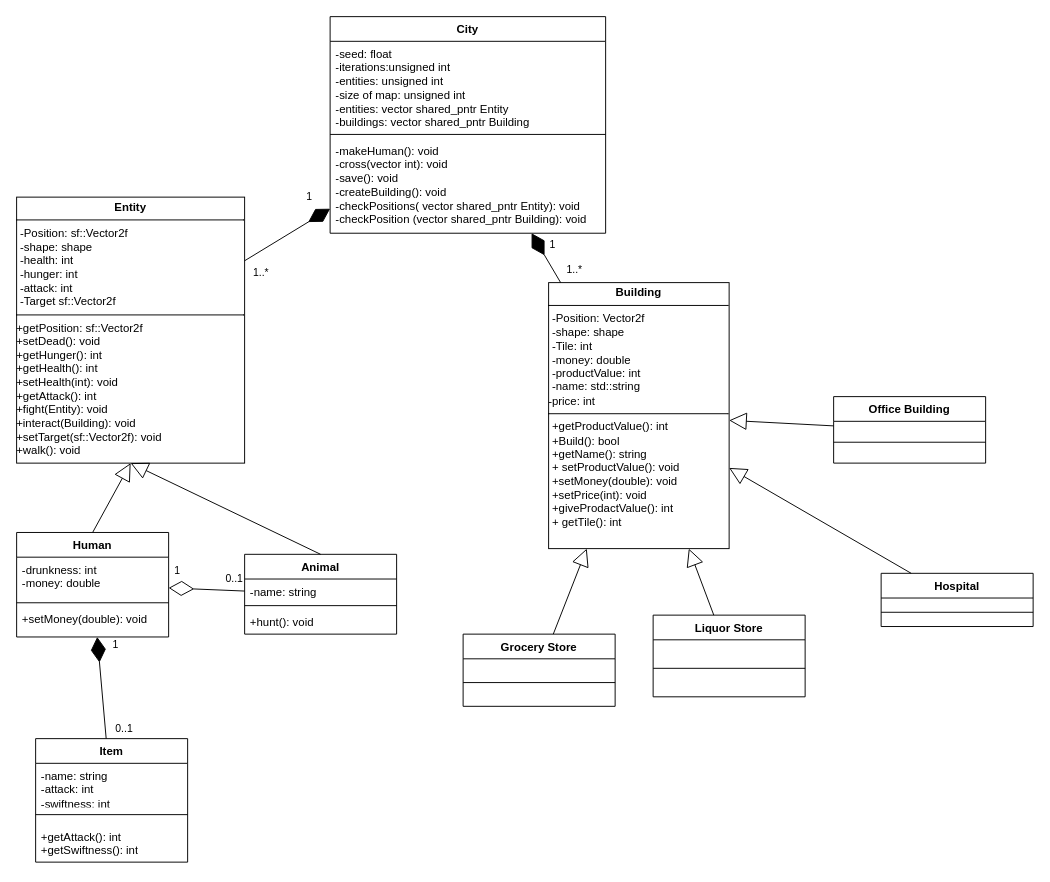
Earlier version of the draw.io diagram drawio/Diagram bez tytułu.drawio (KacKep/city_simulator). Source tidied: cells renumbered, new cells numbered last; positions are measured from the earlier drawing's top-left corner, leaving out a move shared by most shapes. Both pictures are drawn from the tidied source at 95%, with x=0, y=0 at pixel (16, 16).
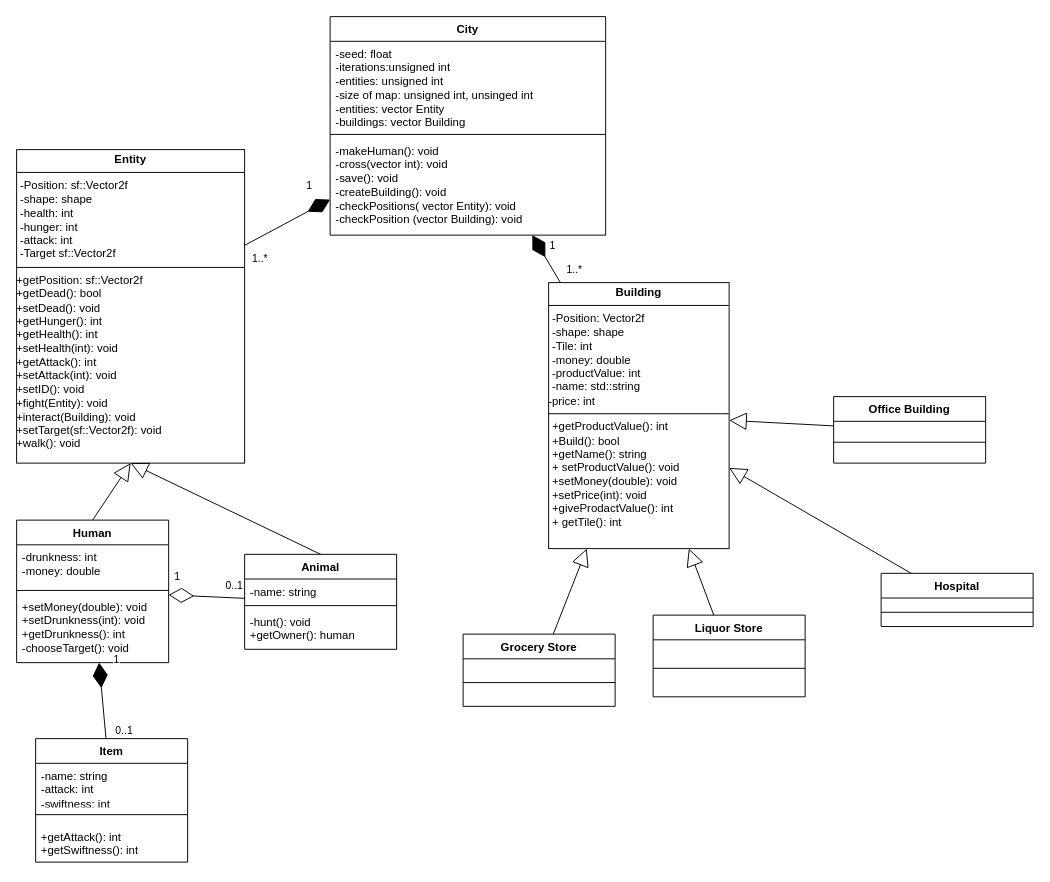
The same diagram, later.

The edit, as a diff of the source:
```diff
@@
     <mxCell id="2" value="City" style="swimlane;fontStyle=1;align=center;verticalAlign=top;horizontal=1;startSize=26;whiteSpace=wrap;html=1;" parent="1" vertex="1">
-      <mxGeometry x="330" width="290" height="228" as="geometry" />
+      <mxGeometry x="330" width="290" height="230" as="geometry" />
     </mxCell>
-    <mxCell id="3" value="&lt;div&gt;-seed: float&lt;/div&gt;&lt;div&gt;-iterations:&lt;span class=&quot;html-span xdj266r x11i5rnm xat24cr x1mh8g0r xexx8yu x4uap5 x18d9i69 xkhd6sd x1hl2dhg x16tdsg8 x1vvkbs x4k7w5x x1h91t0o x1h9r5lt x1jfb8zj xv2umb2 x1beo9mf xaigb6o x12ejxvf x3igimt xarpa2k xedcshv x1lytzrv x1t2pt76 x7ja8zs x1qrby5j&quot;&gt;&lt;span dir=&quot;auto&quot; style=&quot;----base-line-clamp-line-height: 19.9995px; --lineHeight: 19.9995px;&quot; class=&quot;x1lliihq x1plvlek xryxfnj x1n2onr6 x1ji0vk5 x18bv5gf x193iq5w xeuugli x13faqbe x1vvkbs x1s928wv xhkezso x1gmr53x x1cpjm7i x1fgarty x1943h6x x1xmvt09 x6prxxf x1fcty0u xw2npq5 xudqn12 x3x7a5m xq9mrsl&quot;&gt;unsigned int&lt;/span&gt;&lt;/span&gt;&lt;/div&gt;&lt;div&gt;-entities: &lt;span class=&quot;html-span xdj266r x11i5rnm xat24cr x1mh8g0r xexx8yu x4uap5 x18d9i69 xkhd6sd x1hl2dhg x16tdsg8 x1vvkbs x4k7w5x x1h91t0o x1h9r5lt x1jfb8zj xv2umb2 x1beo9mf xaigb6o x12ejxvf x3igimt xarpa2k xedcshv x1lytzrv x1t2pt76 x7ja8zs x1qrby5j&quot;&gt;&lt;span dir=&quot;auto&quot; style=&quot;----base-line-clamp-line-height: 19.9995px; --lineHeight: 19.9995px;&quot; class=&quot;x1lliihq x1plvlek xryxfnj x1n2onr6 x1ji0vk5 x18bv5gf x193iq5w xeuugli x13faqbe x1vvkbs x1s928wv xhkezso x1gmr53x x1cpjm7i x1fgarty x1943h6x x1xmvt09 x6prxxf x1fcty0u xw2npq5 xudqn12 x3x7a5m xq9mrsl&quot;&gt;unsigned int&lt;/span&gt;&lt;/span&gt;&lt;/div&gt;&lt;div&gt;-size of map: &lt;span class=&quot;html-span xdj266r x11i5rnm xat24cr x1mh8g0r xexx8yu x4uap5 x18d9i69 xkhd6sd x1hl2dhg x16tdsg8 x1vvkbs x4k7w5x x1h91t0o x1h9r5lt x1jfb8zj xv2umb2 x1beo9mf xaigb6o x12ejxvf x3igimt xarpa2k xedcshv x1lytzrv x1t2pt76 x7ja8zs x1qrby5j&quot;&gt;&lt;span dir=&quot;auto&quot; style=&quot;----base-line-clamp-line-height: 19.9995px; --lineHeight: 19.9995px;&quot; class=&quot;x1lliihq x1plvlek xryxfnj x1n2onr6 x1ji0vk5 x18bv5gf x193iq5w xeuugli x13faqbe x1vvkbs x1s928wv xhkezso x1gmr53x x1cpjm7i x1fgarty x1943h6x x1xmvt09 x6prxxf x1fcty0u xw2npq5 xudqn12 x3x7a5m xq9mrsl&quot;&gt;unsigned int&lt;/span&gt;&lt;/span&gt;&lt;/div&gt;&lt;div&gt;-entities: vector shared_pntr Entity&lt;/div&gt;&lt;div&gt;-buildings: vector shared_pntr Building&lt;/div&gt;&lt;div&gt;&lt;br&gt;&lt;/div&gt;&lt;div&gt;&lt;br&gt;&lt;/div&gt;" style="text;strokeColor=none;fillColor=none;align=left;verticalAlign=top;spacingLeft=4;spacingRight=4;overflow=hidden;whiteSpace=wrap;html=1;" parent="2" vertex="1">
+    <mxCell id="3" value="&lt;div&gt;-seed: float&lt;/div&gt;&lt;div&gt;-iterations:&lt;span class=&quot;html-span xdj266r x11i5rnm xat24cr x1mh8g0r xexx8yu x4uap5 x18d9i69 xkhd6sd x1hl2dhg x16tdsg8 x1vvkbs x4k7w5x x1h91t0o x1h9r5lt x1jfb8zj xv2umb2 x1beo9mf xaigb6o x12ejxvf x3igimt xarpa2k xedcshv x1lytzrv x1t2pt76 x7ja8zs x1qrby5j&quot;&gt;&lt;span dir=&quot;auto&quot; style=&quot;----base-line-clamp-line-height: 19.9995px; --lineHeight: 19.9995px;&quot; class=&quot;x1lliihq x1plvlek xryxfnj x1n2onr6 x1ji0vk5 x18bv5gf x193iq5w xeuugli x13faqbe x1vvkbs x1s928wv xhkezso x1gmr53x x1cpjm7i x1fgarty x1943h6x x1xmvt09 x6prxxf x1fcty0u xw2npq5 xudqn12 x3x7a5m xq9mrsl&quot;&gt;unsigned int&lt;/span&gt;&lt;/span&gt;&lt;/div&gt;&lt;div&gt;-entities: &lt;span class=&quot;html-span xdj266r x11i5rnm xat24cr x1mh8g0r xexx8yu x4uap5 x18d9i69 xkhd6sd x1hl2dhg x16tdsg8 x1vvkbs x4k7w5x x1h91t0o x1h9r5lt x1jfb8zj xv2umb2 x1beo9mf xaigb6o x12ejxvf x3igimt xarpa2k xedcshv x1lytzrv x1t2pt76 x7ja8zs x1qrby5j&quot;&gt;&lt;span dir=&quot;auto&quot; style=&quot;----base-line-clamp-line-height: 19.9995px; --lineHeight: 19.9995px;&quot; class=&quot;x1lliihq x1plvlek xryxfnj x1n2onr6 x1ji0vk5 x18bv5gf x193iq5w xeuugli x13faqbe x1vvkbs x1s928wv xhkezso x1gmr53x x1cpjm7i x1fgarty x1943h6x x1xmvt09 x6prxxf x1fcty0u xw2npq5 xudqn12 x3x7a5m xq9mrsl&quot;&gt;unsigned int&lt;/span&gt;&lt;/span&gt;&lt;/div&gt;&lt;div&gt;-size of map: &lt;span class=&quot;html-span xdj266r x11i5rnm xat24cr x1mh8g0r xexx8yu x4uap5 x18d9i69 xkhd6sd x1hl2dhg x16tdsg8 x1vvkbs x4k7w5x x1h91t0o x1h9r5lt x1jfb8zj xv2umb2 x1beo9mf xaigb6o x12ejxvf x3igimt xarpa2k xedcshv x1lytzrv x1t2pt76 x7ja8zs x1qrby5j&quot;&gt;&lt;span dir=&quot;auto&quot; style=&quot;----base-line-clamp-line-height: 19.9995px; --lineHeight: 19.9995px;&quot; class=&quot;x1lliihq x1plvlek xryxfnj x1n2onr6 x1ji0vk5 x18bv5gf x193iq5w xeuugli x13faqbe x1vvkbs x1s928wv xhkezso x1gmr53x x1cpjm7i x1fgarty x1943h6x x1xmvt09 x6prxxf x1fcty0u xw2npq5 xudqn12 x3x7a5m xq9mrsl&quot;&gt;unsigned int, unsinged int&lt;/span&gt;&lt;/span&gt;&lt;/div&gt;&lt;div&gt;-entities: vector Entity&lt;/div&gt;&lt;div&gt;-buildings: vector Building&lt;/div&gt;&lt;div&gt;&lt;br&gt;&lt;/div&gt;&lt;div&gt;&lt;br&gt;&lt;/div&gt;" style="text;strokeColor=none;fillColor=none;align=left;verticalAlign=top;spacingLeft=4;spacingRight=4;overflow=hidden;whiteSpace=wrap;html=1;" parent="2" vertex="1">
       <mxGeometry y="26" width="290" height="94" as="geometry" />
     </mxCell>
@@
-    <mxCell id="5" value="&lt;div&gt;-makeHuman(): void&lt;/div&gt;&lt;div&gt;-cross(vector int): void&lt;/div&gt;&lt;div&gt;-&lt;span class=&quot;html-span xdj266r x11i5rnm xat24cr x1mh8g0r xexx8yu x4uap5 x18d9i69 xkhd6sd x1hl2dhg x16tdsg8 x1vvkbs x4k7w5x x1h91t0o x1h9r5lt x1jfb8zj xv2umb2 x1beo9mf xaigb6o x12ejxvf x3igimt xarpa2k xedcshv x1lytzrv x1t2pt76 x7ja8zs x1qrby5j&quot;&gt;&lt;span dir=&quot;auto&quot; style=&quot;----base-line-clamp-line-height: 19.9995px; --lineHeight: 19.9995px;&quot; class=&quot;x1lliihq x1plvlek xryxfnj x1n2onr6 x1ji0vk5 x18bv5gf x193iq5w xeuugli x13faqbe x1vvkbs x1s928wv xhkezso x1gmr53x x1cpjm7i x1fgarty x1943h6x x1xmvt09 x6prxxf x1fcty0u xnba3h0 xudqn12 x3x7a5m xq9mrsl&quot;&gt;save(): void&lt;/span&gt;&lt;/span&gt;&lt;/div&gt;&lt;div&gt;-createBuilding(): void&lt;/div&gt;&lt;div&gt;-checkPositions(&amp;nbsp;&lt;span style=&quot;background-color: transparent; color: light-dark(rgb(0, 0, 0), rgb(255, 255, 255));&quot;&gt;vector shared_pntr Entity): void&lt;br&gt;&lt;/span&gt;-checkPosition (&lt;span style=&quot;background-color: transparent; color: light-dark(rgb(0, 0, 0), rgb(255, 255, 255));&quot;&gt;vector shared_pntr Building&lt;/span&gt;&lt;span style=&quot;background-color: transparent; color: light-dark(rgb(0, 0, 0), rgb(255, 255, 255));&quot;&gt;): void&lt;/span&gt;&lt;/div&gt;" style="text;strokeColor=none;fillColor=none;align=left;verticalAlign=top;spacingLeft=4;spacingRight=4;overflow=hidden;whiteSpace=wrap;html=1;" parent="2" vertex="1">
-      <mxGeometry y="128" width="290" height="100" as="geometry" />
+    <mxCell id="5" value="&lt;div&gt;-makeHuman(): void&lt;/div&gt;&lt;div&gt;-cross(vector int): void&lt;/div&gt;&lt;div&gt;-&lt;span class=&quot;html-span xdj266r x11i5rnm xat24cr x1mh8g0r xexx8yu x4uap5 x18d9i69 xkhd6sd x1hl2dhg x16tdsg8 x1vvkbs x4k7w5x x1h91t0o x1h9r5lt x1jfb8zj xv2umb2 x1beo9mf xaigb6o x12ejxvf x3igimt xarpa2k xedcshv x1lytzrv x1t2pt76 x7ja8zs x1qrby5j&quot;&gt;&lt;span dir=&quot;auto&quot; style=&quot;----base-line-clamp-line-height: 19.9995px; --lineHeight: 19.9995px;&quot; class=&quot;x1lliihq x1plvlek xryxfnj x1n2onr6 x1ji0vk5 x18bv5gf x193iq5w xeuugli x13faqbe x1vvkbs x1s928wv xhkezso x1gmr53x x1cpjm7i x1fgarty x1943h6x x1xmvt09 x6prxxf x1fcty0u xnba3h0 xudqn12 x3x7a5m xq9mrsl&quot;&gt;save(): void&lt;/span&gt;&lt;/span&gt;&lt;/div&gt;&lt;div&gt;-createBuilding(): void&lt;/div&gt;&lt;div&gt;-checkPositions(&amp;nbsp;&lt;span style=&quot;background-color: transparent; color: light-dark(rgb(0, 0, 0), rgb(255, 255, 255));&quot;&gt;vector Entity): void&lt;br&gt;&lt;/span&gt;-checkPosition (&lt;span style=&quot;background-color: transparent; color: light-dark(rgb(0, 0, 0), rgb(255, 255, 255));&quot;&gt;vector Building&lt;/span&gt;&lt;span style=&quot;background-color: transparent; color: light-dark(rgb(0, 0, 0), rgb(255, 255, 255));&quot;&gt;): void&lt;/span&gt;&lt;/div&gt;" style="text;strokeColor=none;fillColor=none;align=left;verticalAlign=top;spacingLeft=4;spacingRight=4;overflow=hidden;whiteSpace=wrap;html=1;" parent="2" vertex="1">
+      <mxGeometry y="128" width="290" height="102" as="geometry" />
     </mxCell>
-    <mxCell id="6" value="&lt;p style=&quot;margin:0px;margin-top:4px;text-align:center;&quot;&gt;&lt;b&gt;Entity&lt;/b&gt;&lt;/p&gt;&lt;hr size=&quot;1&quot; style=&quot;border-style:solid;&quot;&gt;&lt;p style=&quot;margin: 0px 0px 0px 4px;&quot;&gt;-Position: sf::Vector2f&lt;/p&gt;&lt;p style=&quot;margin: 0px 0px 0px 4px;&quot;&gt;-shape: shape&lt;/p&gt;&lt;p style=&quot;margin:0px;margin-left:4px;&quot;&gt;&lt;span style=&quot;background-color: transparent; color: light-dark(rgb(0, 0, 0), rgb(255, 255, 255));&quot;&gt;-health: int&lt;/span&gt;&lt;/p&gt;&lt;p style=&quot;margin:0px;margin-left:4px;&quot;&gt;&lt;span style=&quot;background-color: transparent; color: light-dark(rgb(0, 0, 0), rgb(255, 255, 255));&quot;&gt;-hunger: int&lt;/span&gt;&lt;/p&gt;&lt;p style=&quot;margin:0px;margin-left:4px;&quot;&gt;-attack: int&lt;/p&gt;&lt;p style=&quot;margin:0px;margin-left:4px;&quot;&gt;-Target sf::Vector2f&lt;/p&gt;&lt;hr size=&quot;1&quot; style=&quot;border-style:solid;&quot;&gt;+getPosition&lt;span style=&quot;background-color: transparent; color: light-dark(rgb(0, 0, 0), rgb(255, 255, 255));&quot;&gt;: &lt;/span&gt;&lt;span style=&quot;background-color: transparent; color: light-dark(rgb(0, 0, 0), rgb(255, 255, 255));&quot;&gt;sf::Vector2f&lt;/span&gt;&lt;div&gt;+setDead(): void&lt;br&gt;+getHunger(): int&lt;/div&gt;&lt;div&gt;+getHealth(): int&lt;/div&gt;&lt;div&gt;+setHealth(int): void&lt;/div&gt;&lt;div&gt;+getAttack(): int&lt;/div&gt;&lt;div&gt;+fight(Entity): void&lt;br&gt;+interact(Building): void&lt;/div&gt;&lt;div&gt;+setTarget(&lt;span style=&quot;background-color: transparent; color: light-dark(rgb(0, 0, 0), rgb(255, 255, 255));&quot;&gt;&lt;/span&gt;&lt;span style=&quot;background-color: transparent; color: light-dark(rgb(0, 0, 0), rgb(255, 255, 255));&quot;&gt;sf::Vector2f&lt;/span&gt;): void&lt;/div&gt;&lt;div&gt;+walk(): void&lt;/div&gt;" style="verticalAlign=top;align=left;overflow=fill;html=1;whiteSpace=wrap;" parent="1" vertex="1">
-      <mxGeometry y="190" width="240" height="280" as="geometry" />
+    <mxCell id="6" value="&lt;p style=&quot;margin:0px;margin-top:4px;text-align:center;&quot;&gt;&lt;b&gt;Entity&lt;/b&gt;&lt;/p&gt;&lt;hr size=&quot;1&quot; style=&quot;border-style:solid;&quot;&gt;&lt;p style=&quot;margin: 0px 0px 0px 4px;&quot;&gt;-Position: sf::Vector2f&lt;/p&gt;&lt;p style=&quot;margin: 0px 0px 0px 4px;&quot;&gt;-shape: shape&lt;/p&gt;&lt;p style=&quot;margin:0px;margin-left:4px;&quot;&gt;&lt;span style=&quot;background-color: transparent; color: light-dark(rgb(0, 0, 0), rgb(255, 255, 255));&quot;&gt;-health: int&lt;/span&gt;&lt;/p&gt;&lt;p style=&quot;margin:0px;margin-left:4px;&quot;&gt;&lt;span style=&quot;background-color: transparent; color: light-dark(rgb(0, 0, 0), rgb(255, 255, 255));&quot;&gt;-hunger: int&lt;/span&gt;&lt;/p&gt;&lt;p style=&quot;margin:0px;margin-left:4px;&quot;&gt;-attack: int&lt;/p&gt;&lt;p style=&quot;margin:0px;margin-left:4px;&quot;&gt;-Target sf::Vector2f&lt;/p&gt;&lt;hr size=&quot;1&quot; style=&quot;border-style:solid;&quot;&gt;&lt;div&gt;+getPosition&lt;span style=&quot;background-color: transparent; color: light-dark(rgb(0, 0, 0), rgb(255, 255, 255));&quot;&gt;: &lt;/span&gt;&lt;span style=&quot;background-color: transparent; color: light-dark(rgb(0, 0, 0), rgb(255, 255, 255));&quot;&gt;sf::Vector2f&lt;/span&gt;&lt;/div&gt;&lt;div&gt;&lt;span style=&quot;background-color: transparent; color: light-dark(rgb(0, 0, 0), rgb(255, 255, 255));&quot;&gt;+getDead(): bool&lt;/span&gt;&lt;/div&gt;&lt;div&gt;+setDead(): void&lt;br&gt;+getHunger(): int&lt;/div&gt;&lt;div&gt;+getHealth(): int&lt;/div&gt;&lt;div&gt;+setHealth(int): void&lt;/div&gt;&lt;div&gt;+getAttack(): int&lt;/div&gt;&lt;div&gt;+setAttack(int): void&lt;/div&gt;&lt;div&gt;+setID(): void&lt;/div&gt;&lt;div&gt;+fight(Entity): void&lt;br&gt;+interact(Building): void&lt;/div&gt;&lt;div&gt;+setTarget(&lt;span style=&quot;background-color: transparent; color: light-dark(rgb(0, 0, 0), rgb(255, 255, 255));&quot;&gt;&lt;/span&gt;&lt;span style=&quot;background-color: transparent; color: light-dark(rgb(0, 0, 0), rgb(255, 255, 255));&quot;&gt;sf::Vector2f&lt;/span&gt;): void&lt;/div&gt;&lt;div&gt;+walk(): void&lt;/div&gt;" style="verticalAlign=top;align=left;overflow=fill;html=1;whiteSpace=wrap;" parent="1" vertex="1">
+      <mxGeometry y="140" width="240" height="330" as="geometry" />
     </mxCell>
@@
     <mxCell id="8" value="Human" style="swimlane;fontStyle=1;align=center;verticalAlign=top;horizontal=1;startSize=26;whiteSpace=wrap;html=1;" parent="1" vertex="1">
-      <mxGeometry y="543" width="160" height="110" as="geometry" />
+      <mxGeometry y="530" width="160" height="150" as="geometry" />
     </mxCell>
@@
-    <mxCell id="11" value="&lt;div&gt;&lt;span style=&quot;background-color: transparent; color: light-dark(rgb(0, 0, 0), rgb(255, 255, 255));&quot;&gt;+setMoney(double): void&lt;/span&gt;&lt;/div&gt;" style="text;strokeColor=none;fillColor=none;align=left;verticalAlign=top;spacingLeft=4;spacingRight=4;overflow=hidden;whiteSpace=wrap;html=1;" parent="8" vertex="1">
-      <mxGeometry y="78" width="160" height="32" as="geometry" />
+    <mxCell id="11" value="&lt;div&gt;&lt;span style=&quot;background-color: transparent; color: light-dark(rgb(0, 0, 0), rgb(255, 255, 255));&quot;&gt;+setMoney(double): void&lt;/span&gt;&lt;/div&gt;&lt;div&gt;&lt;span style=&quot;background-color: transparent; color: light-dark(rgb(0, 0, 0), rgb(255, 255, 255));&quot;&gt;+setDrunkness(int): void&lt;/span&gt;&lt;/div&gt;&lt;div&gt;&lt;span style=&quot;background-color: transparent; color: light-dark(rgb(0, 0, 0), rgb(255, 255, 255));&quot;&gt;+getDrunkness(): int&lt;/span&gt;&lt;/div&gt;&lt;div&gt;&lt;span style=&quot;background-color: transparent; color: light-dark(rgb(0, 0, 0), rgb(255, 255, 255));&quot;&gt;-chooseTarget(): void&lt;/span&gt;&lt;/div&gt;" style="text;strokeColor=none;fillColor=none;align=left;verticalAlign=top;spacingLeft=4;spacingRight=4;overflow=hidden;whiteSpace=wrap;html=1;" parent="8" vertex="1">
+      <mxGeometry y="78" width="160" height="72" as="geometry" />
     </mxCell>
     <mxCell id="12" value="Animal" style="swimlane;fontStyle=1;align=center;verticalAlign=top;horizontal=1;startSize=26;whiteSpace=wrap;html=1;" parent="1" vertex="1">
-      <mxGeometry x="240" y="566" width="160" height="84" as="geometry" />
+      <mxGeometry x="240" y="566" width="160" height="100" as="geometry" />
     </mxCell>
@@
-    <mxCell id="15" value="+hunt(): void" style="text;strokeColor=none;fillColor=none;align=left;verticalAlign=top;spacingLeft=4;spacingRight=4;overflow=hidden;whiteSpace=wrap;html=1;" parent="12" vertex="1">
-      <mxGeometry y="58" width="160" height="26" as="geometry" />
+    <mxCell id="15" value="&lt;div&gt;-hunt(): void&lt;/div&gt;&lt;div&gt;+getOwner(): human&lt;/div&gt;" style="text;strokeColor=none;fillColor=none;align=left;verticalAlign=top;spacingLeft=4;spacingRight=4;overflow=hidden;whiteSpace=wrap;html=1;" parent="12" vertex="1">
+      <mxGeometry y="58" width="160" height="42" as="geometry" />
     </mxCell>
```
